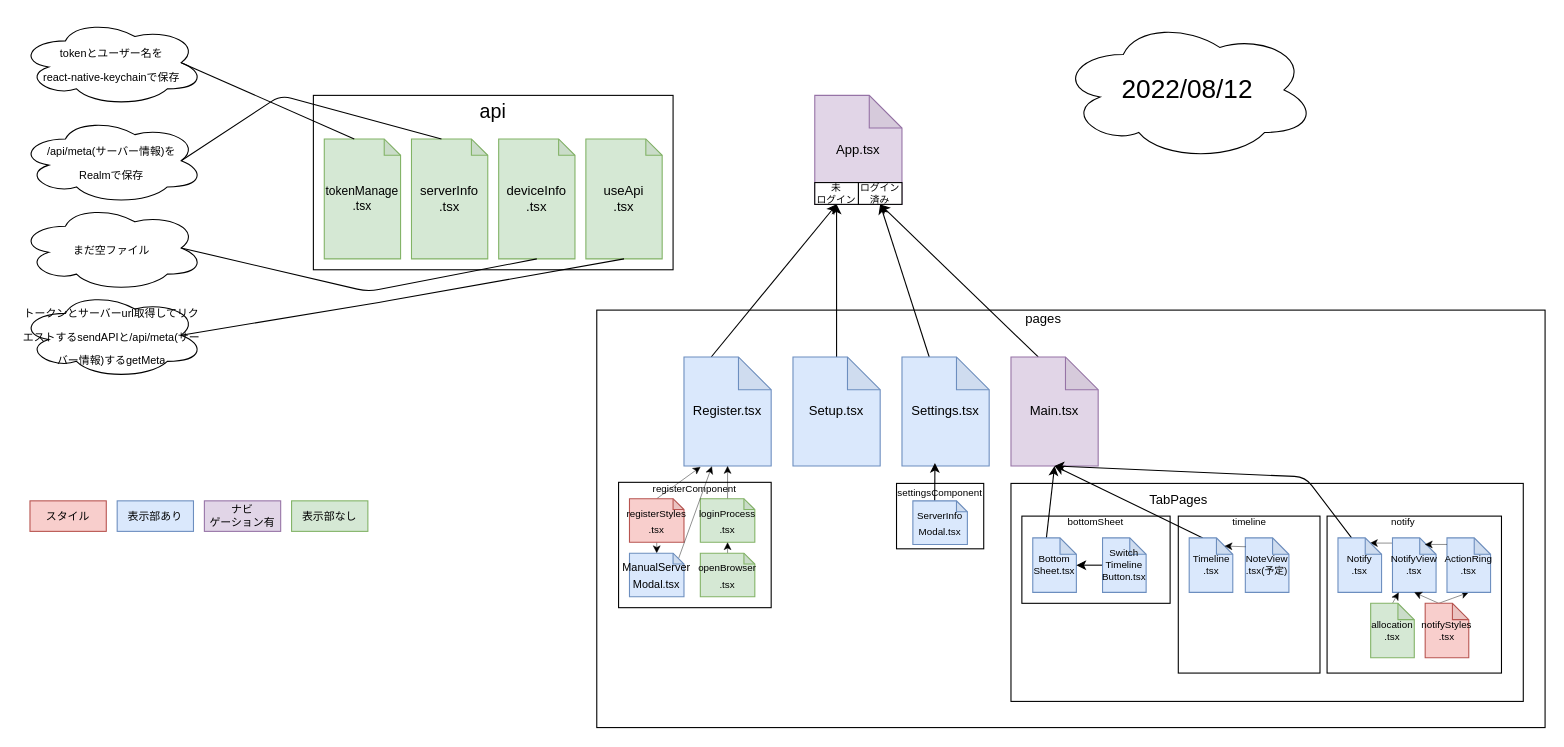
Before: structure.drawio in 0-a-e/Pingheng, a draw.io diagram. Source tidied: cells renumbered, new cells numbered last; positions are measured from the earlier drawing's top-left corner, leaving out a move shared by most shapes. Both pictures are drawn from the tidied source at 109%, with x=0, y=0 at pixel (19, 19).
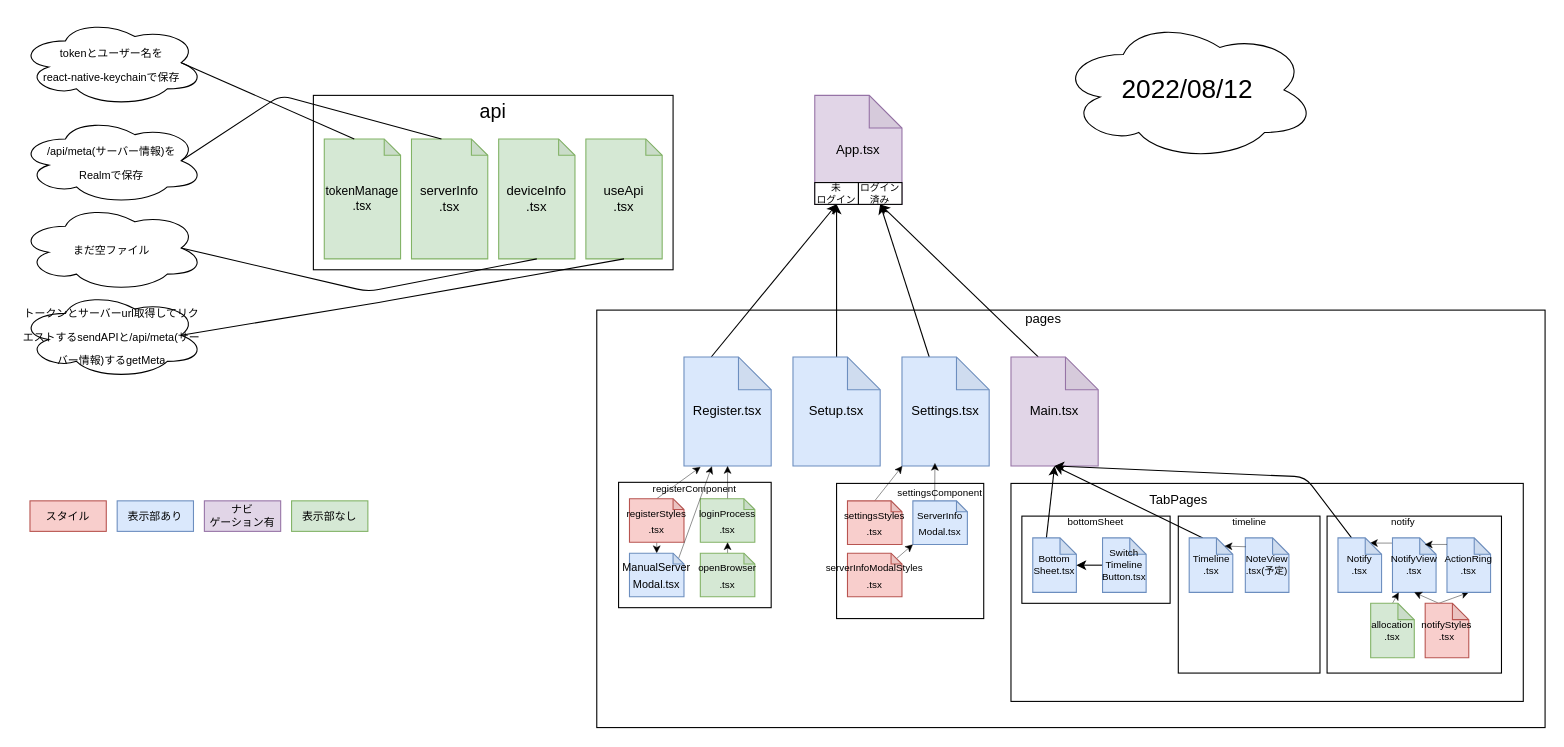
After the change.

Unchanged cells that the change refers to:
```xml
<mxCell id="8" value="Settings.tsx" style="shape=note;whiteSpace=wrap;html=1;backgroundOutline=1;darkOpacity=0.05;fillColor=#dae8fc;strokeColor=#6c8ebf;" parent="1" vertex="1">
  <mxGeometry x="810" y="310" width="80" height="100" as="geometry" />
</mxCell>
<mxCell id="11" value="&lt;font style=&quot;font-size: 9px&quot;&gt;ServerInfo&lt;br&gt;Modal.tsx&lt;/font&gt;" style="shape=note;whiteSpace=wrap;html=1;backgroundOutline=1;darkOpacity=0.05;size=10;fillColor=#dae8fc;strokeColor=#6c8ebf;" parent="1" vertex="1">
  <mxGeometry x="820" y="442" width="50" height="40" as="geometry" />
</mxCell>
```

Diff of the diagram source:
```diff
@@
     <mxCell id="9" style="rounded=0;whiteSpace=wrap;html=1;" parent="1" vertex="1">
-      <mxGeometry x="805" y="426" width="80" height="60" as="geometry" />
+      <mxGeometry x="750" y="426" width="135" height="124" as="geometry" />
     </mxCell>
-    <mxCell id="10" style="edgeStyle=none;html=1;exitX=0;exitY=0;exitDx=20;exitDy=0;exitPerimeter=0;entryX=0.378;entryY=0.972;entryDx=0;entryDy=0;entryPerimeter=0;fontSize=9;" parent="1" edge="1" source="11" target="8">
+    <mxCell id="10" style="edgeStyle=none;html=1;exitX=0;exitY=0;exitDx=20;exitDy=0;exitPerimeter=0;entryX=0.378;entryY=0.972;entryDx=0;entryDy=0;entryPerimeter=0;fontSize=9;strokeWidth=0.4;" parent="1" edge="1" source="11" target="8">
       <mxGeometry relative="1" as="geometry" />
     </mxCell>
@@
+    <mxCell id="76" style="edgeStyle=none;html=1;exitX=0.5;exitY=0;exitDx=0;exitDy=0;exitPerimeter=0;strokeWidth=0.4;" parent="1" edge="1" source="77" target="8">
+      <mxGeometry relative="1" as="geometry" />
+    </mxCell>
+    <mxCell id="77" value="&lt;font style=&quot;font-size: 9px&quot;&gt;settingsStyles&lt;br&gt;.tsx&lt;/font&gt;" style="shape=note;whiteSpace=wrap;html=1;backgroundOutline=1;darkOpacity=0.05;size=10;fillColor=#f8cecc;strokeColor=#b85450;" parent="1" vertex="1">
+      <mxGeometry x="760" y="442" width="50" height="40" as="geometry" />
+    </mxCell>
+    <mxCell id="78" style="edgeStyle=none;html=1;exitX=0;exitY=0;exitDx=45;exitDy=5;exitPerimeter=0;entryX=0;entryY=1;entryDx=0;entryDy=0;entryPerimeter=0;strokeWidth=0.4;" parent="1" edge="1" source="79" target="11">
+      <mxGeometry relative="1" as="geometry" />
+    </mxCell>
+    <mxCell id="79" value="&lt;font style=&quot;font-size: 9px&quot;&gt;serverInfoModalStyles&lt;br&gt;.tsx&lt;/font&gt;" style="shape=note;whiteSpace=wrap;html=1;backgroundOutline=1;darkOpacity=0.05;size=10;fillColor=#f8cecc;strokeColor=#b85450;" parent="1" vertex="1">
+      <mxGeometry x="760" y="490" width="50" height="40" as="geometry" />
+    </mxCell>
```
